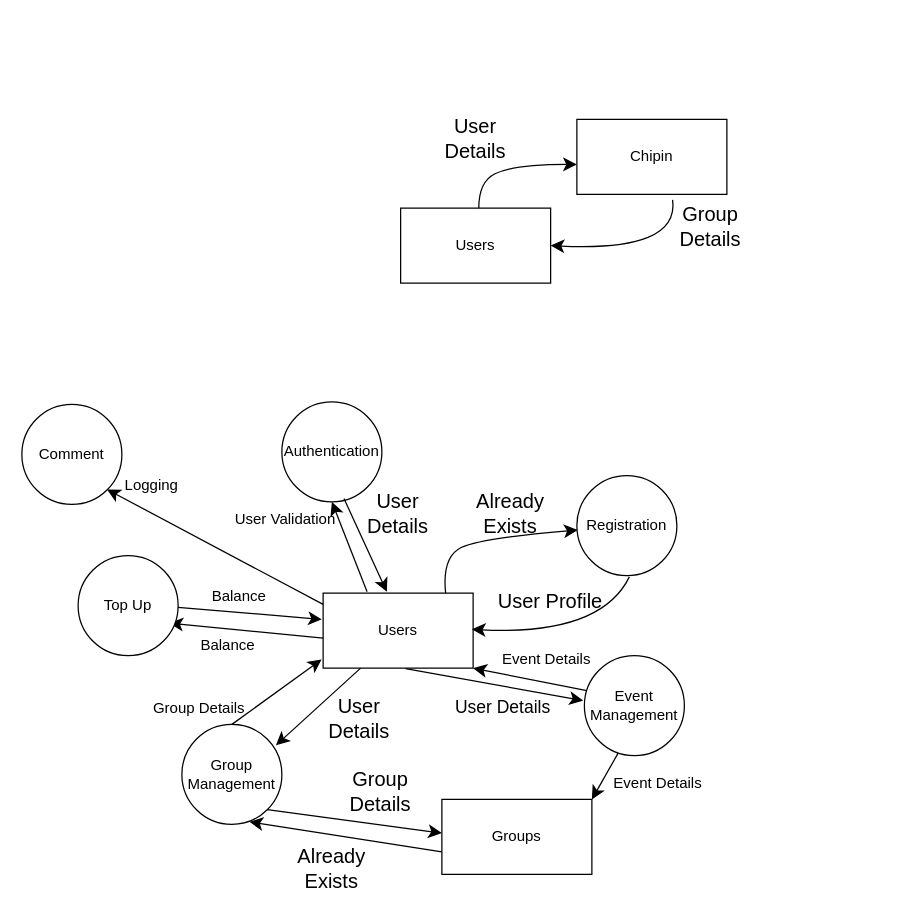
Earlier version of the draw.io diagram Data Flow.drawio (Sk-auser/ssa_project_sk). Source tidied: cells renumbered, new cells numbered last; positions are measured from the earlier drawing's top-left corner, leaving out a move shared by most shapes. Both pictures are drawn from the tidied source at 125%, with x=0, y=0 at pixel (21, 119).
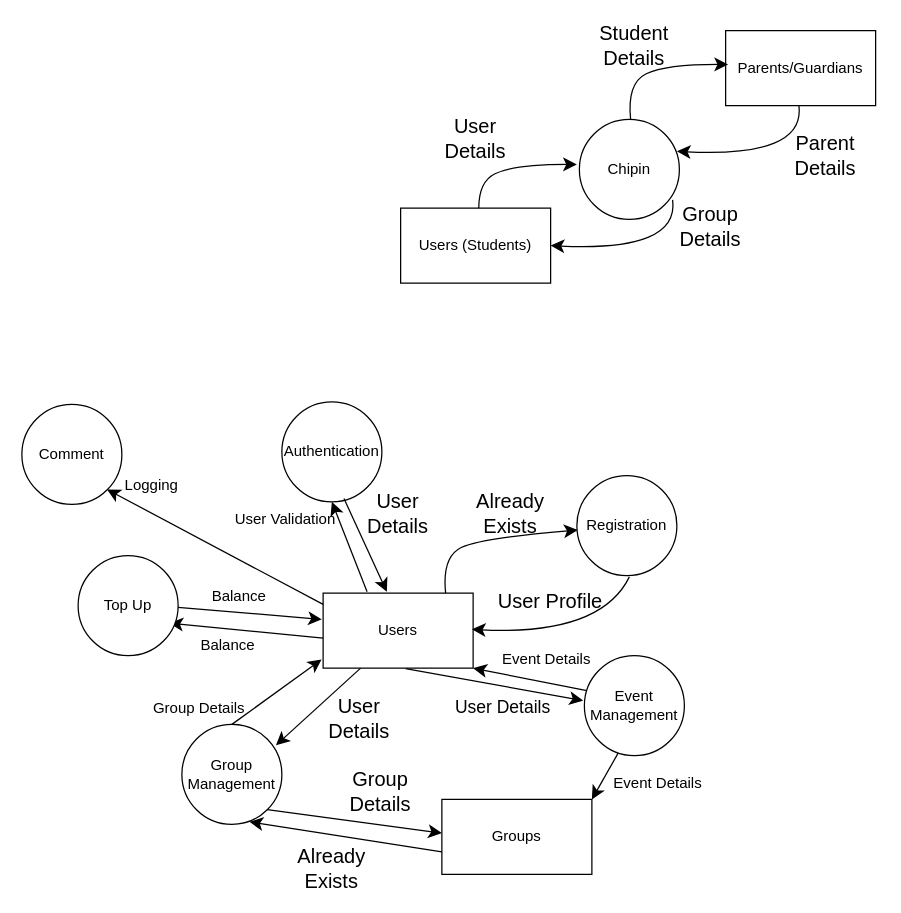
The same page after the edit.

Diff of the diagram source:
```diff
@@
-    <mxCell id="3" value="Users" style="rounded=0;whiteSpace=wrap;html=1;" parent="1" vertex="1">
+    <mxCell id="3" value="Users (Students)" style="rounded=0;whiteSpace=wrap;html=1;" parent="1" vertex="1">
       <mxGeometry x="303" y="71" width="120" height="60" as="geometry" />
     </mxCell>
@@
-    <mxCell id="30" value="Chipin" style="rounded=0;whiteSpace=wrap;html=1;" parent="1" vertex="1">
-      <mxGeometry x="444" width="120" height="60" as="geometry" />
-    </mxCell>
@@
+    <mxCell id="30" value="Chipin" style="ellipse;whiteSpace=wrap;html=1;" parent="1" vertex="1">
+      <mxGeometry x="446" width="80" height="80" as="geometry" />
+    </mxCell>
+    <mxCell id="44" value="Parents/Guardians" style="rounded=0;whiteSpace=wrap;html=1;" parent="1" vertex="1">
+      <mxGeometry x="563" y="-71" width="120" height="60" as="geometry" />
+    </mxCell>
+    <mxCell id="45" style="curved=1;endArrow=classic;html=1;rounded=0;fontSize=12;startSize=8;endSize=8;" parent="1" edge="1">
+      <mxGeometry relative="1" as="geometry">
+        <mxPoint x="487" as="sourcePoint" />
+        <mxPoint x="565" y="-44" as="targetPoint" />
+        <Array as="points">
+          <mxPoint x="484" y="-29" />
+          <mxPoint x="515" y="-44" />
+        </Array>
+      </mxGeometry>
+    </mxCell>
+    <mxCell id="46" style="curved=1;endArrow=classic;html=1;rounded=0;fontSize=12;startSize=8;endSize=8;entryX=1;entryY=0.5;entryDx=0;entryDy=0;exitX=0.958;exitY=0.805;exitDx=0;exitDy=0;exitPerimeter=0;" parent="1" edge="1">
+      <mxGeometry relative="1" as="geometry">
+        <mxPoint x="621.6" y="-11" as="sourcePoint" />
+        <mxPoint x="524" y="25.6" as="targetPoint" />
+        <Array as="points">
+          <mxPoint x="627" y="30.6" />
+        </Array>
+      </mxGeometry>
+    </mxCell>
+    <mxCell id="47" value="Student Details" style="text;html=1;align=center;verticalAlign=middle;whiteSpace=wrap;rounded=0;fontSize=16;" parent="1" vertex="1">
+      <mxGeometry x="447" y="-74" width="86" height="30" as="geometry" />
+    </mxCell>
+    <mxCell id="48" value="Parent Details" style="text;html=1;align=center;verticalAlign=middle;whiteSpace=wrap;rounded=0;fontSize=16;" parent="1" vertex="1">
+      <mxGeometry x="600" y="14" width="86" height="30" as="geometry" />
+    </mxCell>
```
